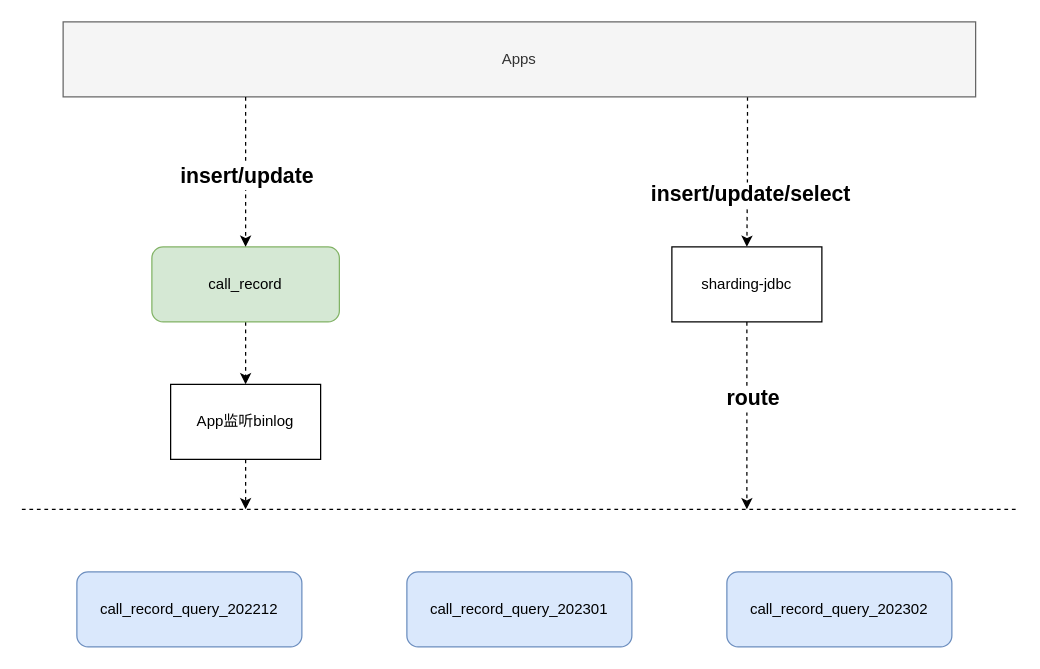
This is page "第 8 页" (8 of 14) of wiz/WIZ-数据.drawio from smileLuckBoy/drowio, a draw.io file, before an edit. Source tidied: cells renumbered, new cells numbered last; positions are measured from the earlier drawing's top-left corner, leaving out a move shared by most shapes. Both pictures are drawn from the tidied source at 125%, with x=0, y=0 at pixel (21, 21).
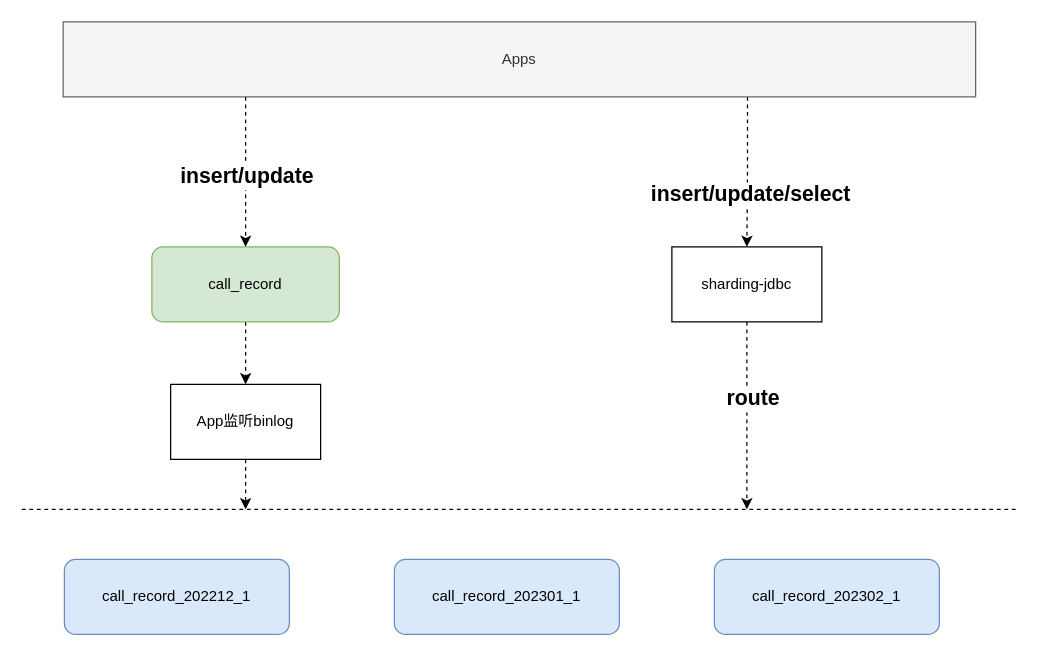
The same page after the edit.

Diff of the diagram source:
```diff
@@
-    <mxCell id="6" value="call_record_query_202212" style="rounded=1;whiteSpace=wrap;html=1;fillColor=#dae8fc;strokeColor=#6c8ebf;" parent="1" vertex="1">
-      <mxGeometry x="44" y="440" width="180" height="60" as="geometry" />
-    </mxCell>
-    <mxCell id="7" value="call_record_query_202301" style="rounded=1;whiteSpace=wrap;html=1;fillColor=#dae8fc;strokeColor=#6c8ebf;" parent="1" vertex="1">
-      <mxGeometry x="308" y="440" width="180" height="60" as="geometry" />
-    </mxCell>
-    <mxCell id="8" value="call_record_query_202302" style="rounded=1;whiteSpace=wrap;html=1;fillColor=#dae8fc;strokeColor=#6c8ebf;" parent="1" vertex="1">
-      <mxGeometry x="564" y="440" width="180" height="60" as="geometry" />
-    </mxCell>
@@
+    <mxCell id="18" value="call_record_202212_1" style="rounded=1;whiteSpace=wrap;html=1;fillColor=#dae8fc;strokeColor=#6c8ebf;" parent="1" vertex="1">
+      <mxGeometry x="34" y="430" width="180" height="60" as="geometry" />
+    </mxCell>
+    <mxCell id="19" value="call_record_202301_1" style="rounded=1;whiteSpace=wrap;html=1;fillColor=#dae8fc;strokeColor=#6c8ebf;" parent="1" vertex="1">
+      <mxGeometry x="298" y="430" width="180" height="60" as="geometry" />
+    </mxCell>
+    <mxCell id="20" value="call_record_202302_1" style="rounded=1;whiteSpace=wrap;html=1;fillColor=#dae8fc;strokeColor=#6c8ebf;" parent="1" vertex="1">
+      <mxGeometry x="554" y="430" width="180" height="60" as="geometry" />
+    </mxCell>
```
